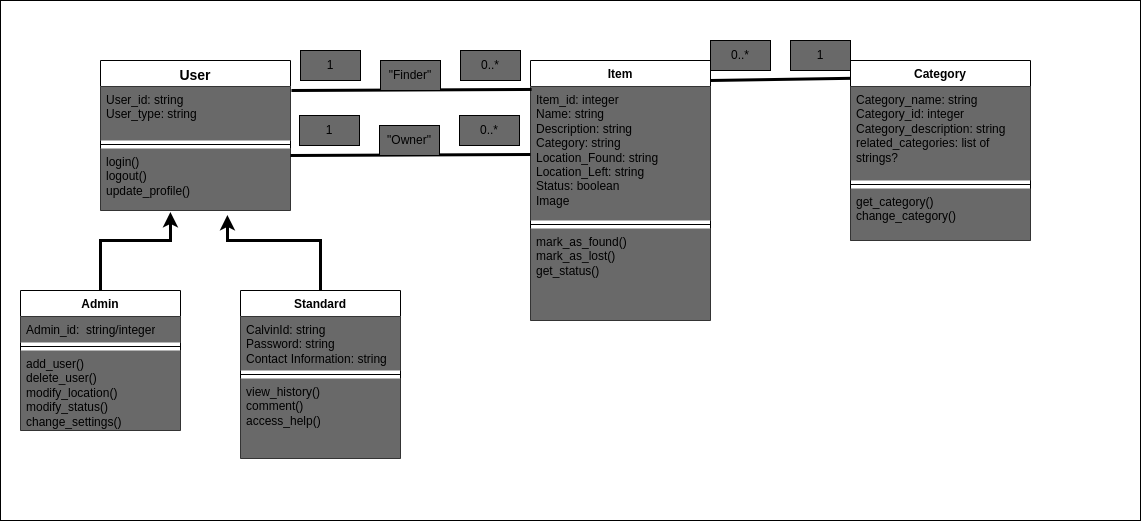
Earlier version of the draw.io export images/DomainModel.png (calvin-cs262-fall2023-teamA/project). Source tidied: cells renumbered, new cells last; positions are measured from the earlier drawing's top-left corner, leaving out a move shared by most shapes.
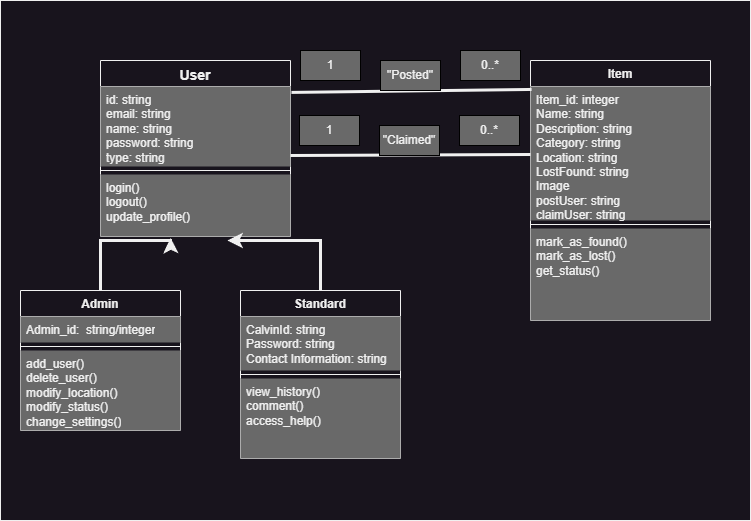
The same diagram one commit later.

Commit message:
update domain model for Deliverable 3

Change to the diagram source:
```diff
@@ -3,24 +3,24 @@
     <mxCell id="0" />
     <mxCell id="1" parent="0" />
     <mxCell id="2" style="rounded=0;whiteSpace=wrap;html=1;" parent="1" vertex="1">
-      <mxGeometry width="1140" height="520" as="geometry" />
+      <mxGeometry width="750" height="520" as="geometry" />
     </mxCell>
     <mxCell id="3" value="&lt;font style=&quot;font-size: 14px;&quot;&gt;User&lt;/font&gt;" style="swimlane;fontStyle=1;align=center;verticalAlign=top;horizontal=1;startSize=26;whiteSpace=wrap;html=1;" parent="1" vertex="1">
-      <mxGeometry x="100" y="60" width="190" height="150" as="geometry" />
+      <mxGeometry x="100" y="60" width="190" height="176" as="geometry" />
     </mxCell>
-    <mxCell id="4" value="User_id: string&lt;br&gt;User_type: string&lt;br&gt;" style="text;strokeColor=none;fillColor=#696969;align=left;verticalAlign=top;spacingLeft=4;spacingRight=4;overflow=hidden;points=[[0,0.5],[1,0.5]];portConstraint=eastwest;whiteSpace=wrap;html=1;" parent="3" vertex="1">
-      <mxGeometry y="26" width="190" height="54" as="geometry" />
+    <mxCell id="4" value="id: string&lt;br&gt;email: string&lt;br&gt;name: string&lt;br&gt;password: string&lt;br&gt;type: string" style="text;strokeColor=none;fillColor=#696969;align=left;verticalAlign=top;spacingLeft=4;spacingRight=4;overflow=hidden;points=[[0,0.5],[1,0.5]];portConstraint=eastwest;whiteSpace=wrap;html=1;" parent="3" vertex="1">
+      <mxGeometry y="26" width="190" height="80" as="geometry" />
     </mxCell>
     <mxCell id="5" style="line;strokeWidth=1;fillColor=none;align=left;verticalAlign=middle;spacingTop=-1;spacingLeft=3;spacingRight=3;labelPosition=right;strokeColor=inherit;" parent="3" vertex="1">
-      <mxGeometry y="80" width="190" height="8" as="geometry" />
+      <mxGeometry y="106" width="190" height="8" as="geometry" />
     </mxCell>
     <mxCell id="6" value="login()&lt;br&gt;logout()&lt;br&gt;update_profile()" style="text;strokeColor=none;fillColor=#696969;align=left;verticalAlign=top;spacingLeft=4;spacingRight=4;overflow=hidden;points=[[0,0.5],[1,0.5]];portConstraint=eastwest;whiteSpace=wrap;html=1;" parent="3" vertex="1">
-      <mxGeometry y="88" width="190" height="62" as="geometry" />
+      <mxGeometry y="114" width="190" height="62" as="geometry" />
     </mxCell>
     <mxCell id="7" value="Item" style="swimlane;fontStyle=1;align=center;verticalAlign=top;horizontal=1;startSize=26;whiteSpace=wrap;html=1;" parent="1" vertex="1">
       <mxGeometry x="530" y="60" width="180" height="260" as="geometry" />
     </mxCell>
-    <mxCell id="8" value="Item_id: integer&lt;br&gt;Name: string&lt;br&gt;Description: string&lt;br&gt;Category: string&lt;br&gt;Location_Found: string&lt;br&gt;Location_Left: string&lt;br&gt;Status: boolean&lt;br&gt;Image" style="text;strokeColor=none;fillColor=#696969;align=left;verticalAlign=top;spacingLeft=4;spacingRight=4;overflow=hidden;points=[[0,0.5],[1,0.5]];portConstraint=eastwest;whiteSpace=wrap;html=1;" parent="7" vertex="1">
+    <mxCell id="8" value="Item_id: integer&lt;br&gt;Name: string&lt;br&gt;Description: string&lt;br&gt;Category: string&lt;br&gt;Location: string&lt;br&gt;LostFound: string&lt;br&gt;Image&lt;br&gt;postUser: string&lt;br&gt;claimUser: string" style="text;strokeColor=none;fillColor=#696969;align=left;verticalAlign=top;spacingLeft=4;spacingRight=4;overflow=hidden;points=[[0,0.5],[1,0.5]];portConstraint=eastwest;whiteSpace=wrap;html=1;" parent="7" vertex="1">
       <mxGeometry y="26" width="180" height="134" as="geometry" />
     </mxCell>
     <mxCell id="9" style="line;strokeWidth=1;fillColor=none;align=left;verticalAlign=middle;spacingTop=-1;spacingLeft=3;spacingRight=3;labelPosition=right;strokeColor=inherit;" parent="7" vertex="1">
@@ -71,29 +71,6 @@
         </Array>
       </mxGeometry>
     </mxCell>
-    <mxCell id="21" value="Category" style="swimlane;fontStyle=1;align=center;verticalAlign=top;horizontal=1;startSize=26;whiteSpace=wrap;html=1;" parent="1" vertex="1">
-      <mxGeometry x="850" y="60" width="180" height="180" as="geometry" />
-    </mxCell>
-    <mxCell id="22" value="Category_name: string&lt;br&gt;Category_id: integer&lt;br&gt;Category_description: string&lt;br&gt;related_categories: list of strings?" style="text;strokeColor=none;fillColor=#696969;align=left;verticalAlign=top;spacingLeft=4;spacingRight=4;overflow=hidden;whiteSpace=wrap;html=1;" parent="21" vertex="1">
-      <mxGeometry y="26" width="180" height="94" as="geometry" />
-    </mxCell>
-    <mxCell id="23" style="line;strokeWidth=1;fillColor=none;align=left;verticalAlign=middle;spacingTop=-1;spacingLeft=3;spacingRight=3;labelPosition=right;strokeColor=inherit;" parent="21" vertex="1">
-      <mxGeometry y="120" width="180" height="8" as="geometry" />
-    </mxCell>
-    <mxCell id="24" value="get_category()&lt;br&gt;change_category()" style="text;strokeColor=none;fillColor=#696969;align=left;verticalAlign=top;spacingLeft=4;spacingRight=4;overflow=hidden;whiteSpace=wrap;html=1;" parent="21" vertex="1">
-      <mxGeometry y="128" width="180" height="52" as="geometry" />
-    </mxCell>
-    <mxCell id="25" style="endArrow=none;html=1;rounded=0;entryX=-0.002;entryY=0.099;entryDx=0;entryDy=0;entryPerimeter=0;labelBorderColor=none;shadow=0;strokeWidth=3;" parent="1" edge="1" target="21">
-      <mxGeometry relative="1" as="geometry">
-        <mxPoint x="710" y="80" as="sourcePoint" />
-      </mxGeometry>
-    </mxCell>
-    <mxCell id="26" value="1" style="text;html=1;strokeColor=#000000;fillColor=#696969;align=center;verticalAlign=middle;whiteSpace=wrap;rounded=0;" parent="1" vertex="1">
-      <mxGeometry x="790" y="40" width="60" height="30" as="geometry" />
-    </mxCell>
-    <mxCell id="27" value="0..*" style="text;html=1;strokeColor=#000000;fillColor=#696969;align=center;verticalAlign=middle;whiteSpace=wrap;rounded=0;" parent="1" vertex="1">
-      <mxGeometry x="710" y="40" width="60" height="30" as="geometry" />
-    </mxCell>
     <mxCell id="28" style="endArrow=none;html=1;rounded=0;entryX=0.006;entryY=0.022;entryDx=0;entryDy=0;entryPerimeter=0;exitX=1.005;exitY=0.074;exitDx=0;exitDy=0;exitPerimeter=0;strokeWidth=3;" parent="1" edge="1" source="4" target="8">
       <mxGeometry relative="1" as="geometry" />
     </mxCell>
@@ -103,7 +80,7 @@
     <mxCell id="30" value="1" style="text;html=1;strokeColor=#000000;fillColor=#696969;align=center;verticalAlign=middle;whiteSpace=wrap;rounded=0;" parent="1" vertex="1">
       <mxGeometry x="300" y="50" width="60" height="30" as="geometry" />
     </mxCell>
-    <mxCell id="31" value="&quot;Finder&quot;" style="text;html=1;strokeColor=#000000;fillColor=#696969;align=center;verticalAlign=middle;whiteSpace=wrap;rounded=0;" parent="1" vertex="1">
+    <mxCell id="31" value="&quot;Posted&quot;" style="text;html=1;strokeColor=#000000;fillColor=#696969;align=center;verticalAlign=middle;whiteSpace=wrap;rounded=0;" parent="1" vertex="1">
       <mxGeometry x="380" y="60" width="60" height="30" as="geometry" />
     </mxCell>
     <mxCell id="32" style="endArrow=none;html=1;rounded=0;entryX=0.006;entryY=0.022;entryDx=0;entryDy=0;entryPerimeter=0;exitX=1.005;exitY=0.074;exitDx=0;exitDy=0;exitPerimeter=0;strokeWidth=3;" parent="1" edge="1">
@@ -118,7 +95,7 @@
     <mxCell id="34" value="1" style="text;html=1;strokeColor=#000000;fillColor=#696969;align=center;verticalAlign=middle;whiteSpace=wrap;rounded=0;" parent="1" vertex="1">
       <mxGeometry x="299" y="115" width="60" height="30" as="geometry" />
     </mxCell>
-    <mxCell id="35" value="&quot;Owner&quot;" style="text;html=1;strokeColor=#000000;fillColor=#696969;align=center;verticalAlign=middle;whiteSpace=wrap;rounded=0;" parent="1" vertex="1">
+    <mxCell id="35" value="&quot;Claimed&quot;" style="text;html=1;strokeColor=#000000;fillColor=#696969;align=center;verticalAlign=middle;whiteSpace=wrap;rounded=0;" parent="1" vertex="1">
       <mxGeometry x="379" y="125" width="60" height="30" as="geometry" />
     </mxCell>
   </root>
```
